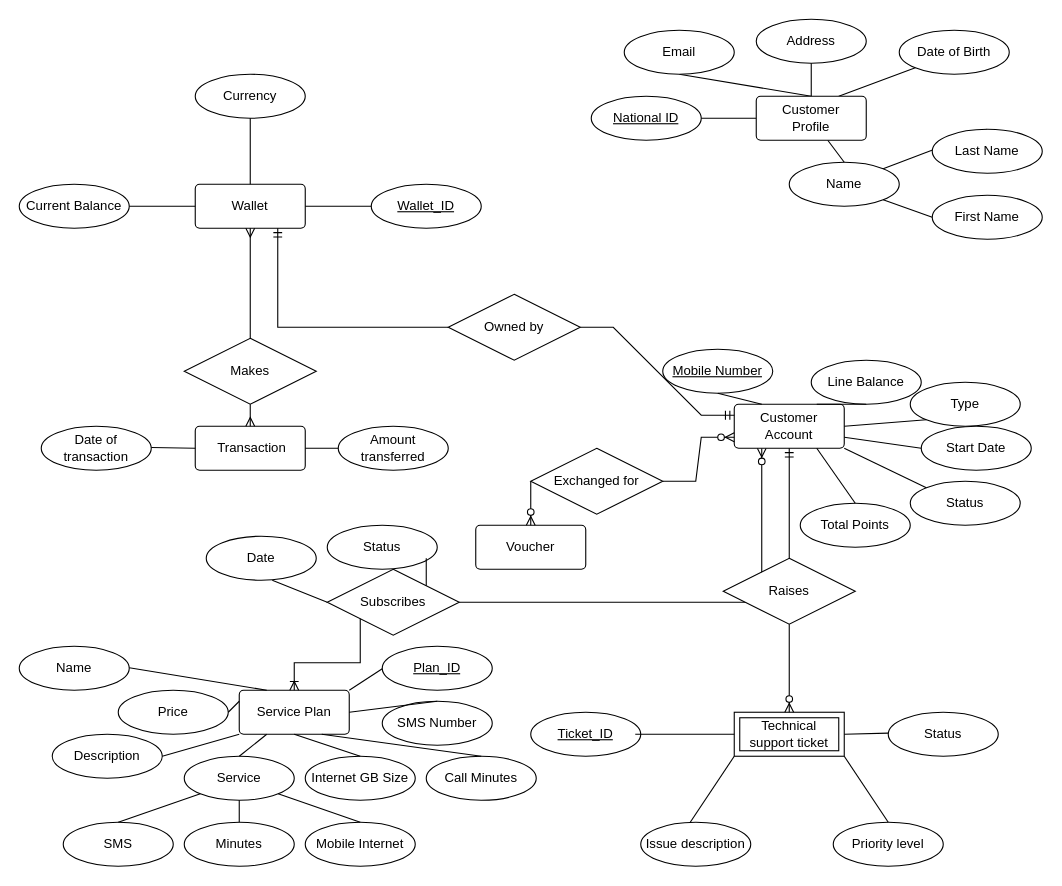
The draw.io diagram Untitled Diagram.drawio in itsfadymate/Customer-Data-Management-System, before the edit. Source tidied: cells renumbered, new cells numbered last; positions are measured from the earlier drawing's top-left corner, leaving out a move shared by most shapes. Both pictures are drawn from the tidied source at 110%, with x=0, y=0 at pixel (19, 19).
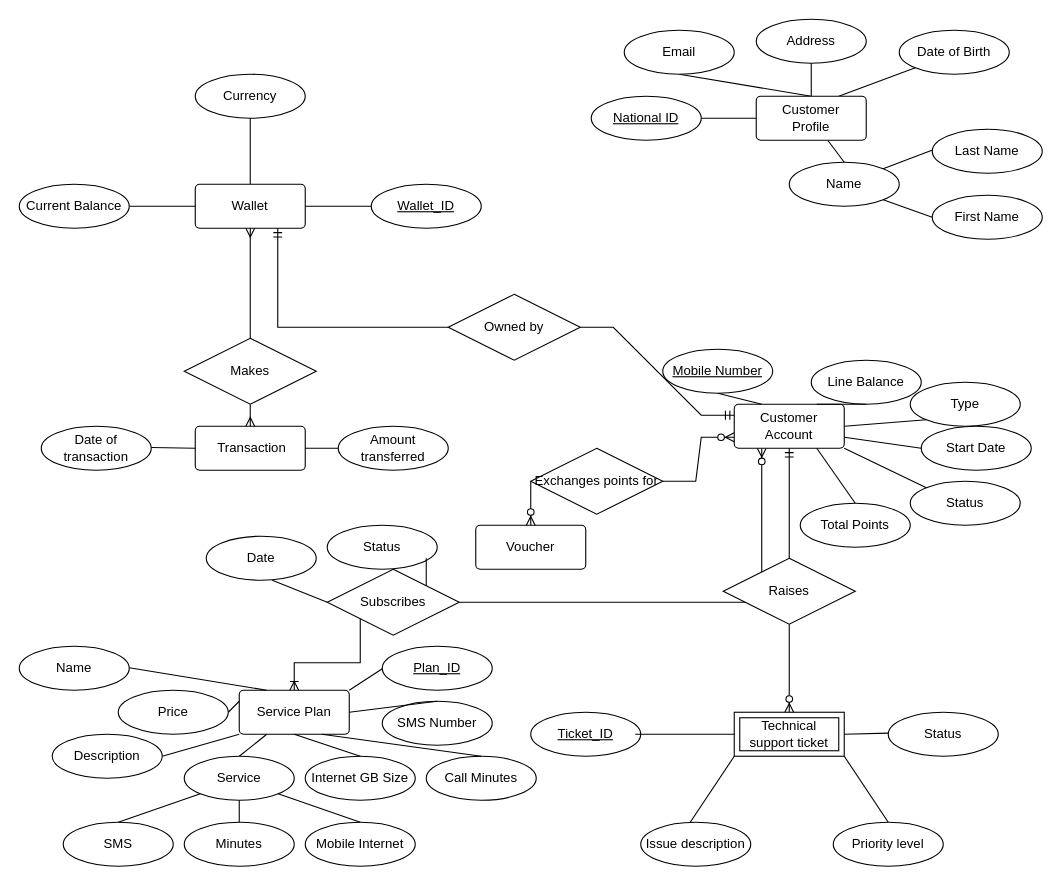
The same page after the edit.

Commit message:
changed relationship description between voucher and customer account

Change to the diagram source:
```diff
@@
-    <mxCell id="58" value="Exchanged for" style="shape=rhombus;perimeter=rhombusPerimeter;whiteSpace=wrap;html=1;align=center;rotation=0;" parent="1" vertex="1">
+    <mxCell id="58" value="Exchanges points for" style="shape=rhombus;perimeter=rhombusPerimeter;whiteSpace=wrap;html=1;align=center;rotation=0;" parent="1" vertex="1">
       <mxGeometry x="465" y="390" width="120" height="60" as="geometry" />
     </mxCell>
```
